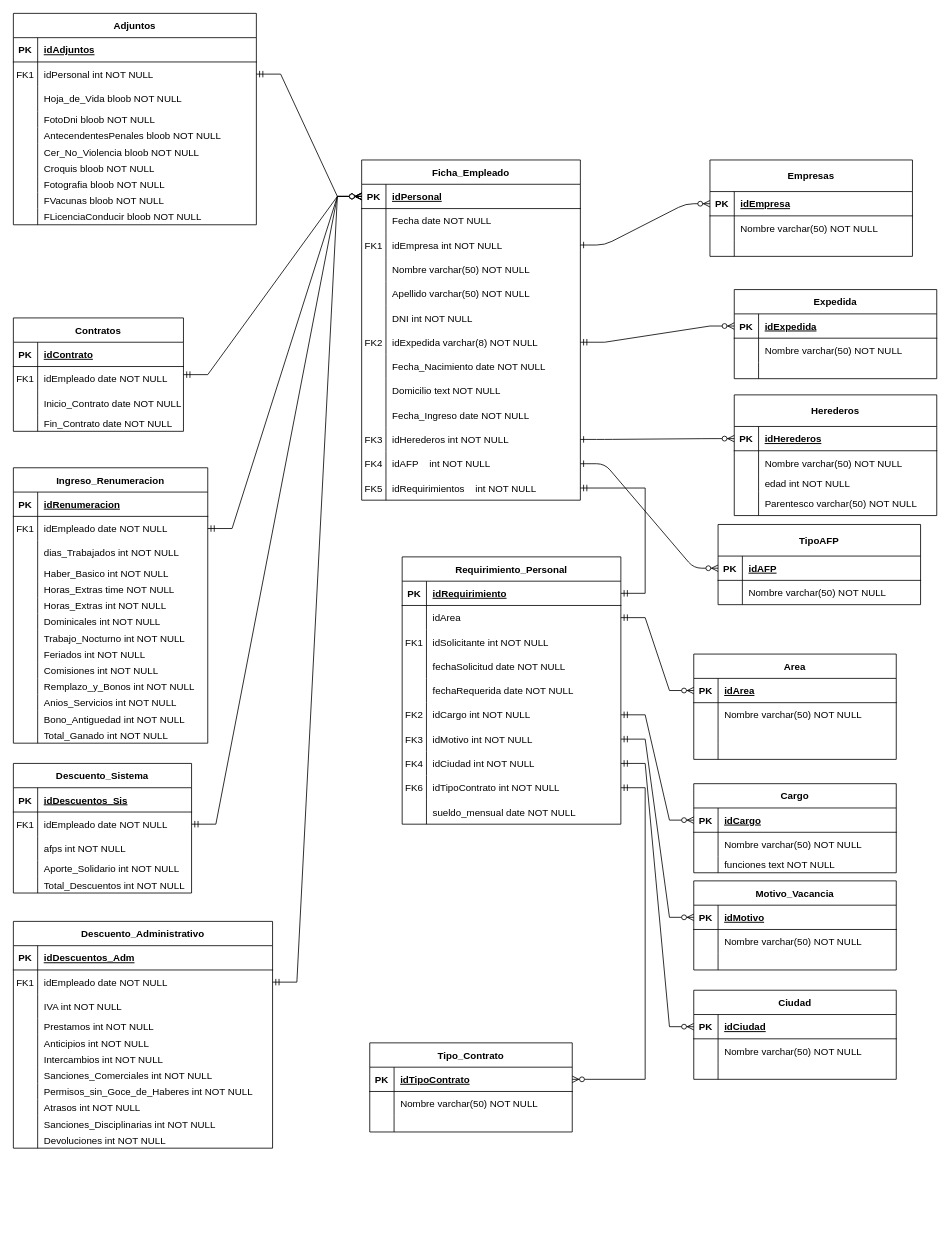
Earlier version of the draw.io diagram Diagrama sin título.drawio (tomyivan/diagramas-DB). Source tidied: cells renumbered, new cells numbered last; positions are measured from the earlier drawing's top-left corner, leaving out a move shared by most shapes. Both pictures are drawn from the tidied source at 81%, with x=0, y=0 at pixel (13, 13).
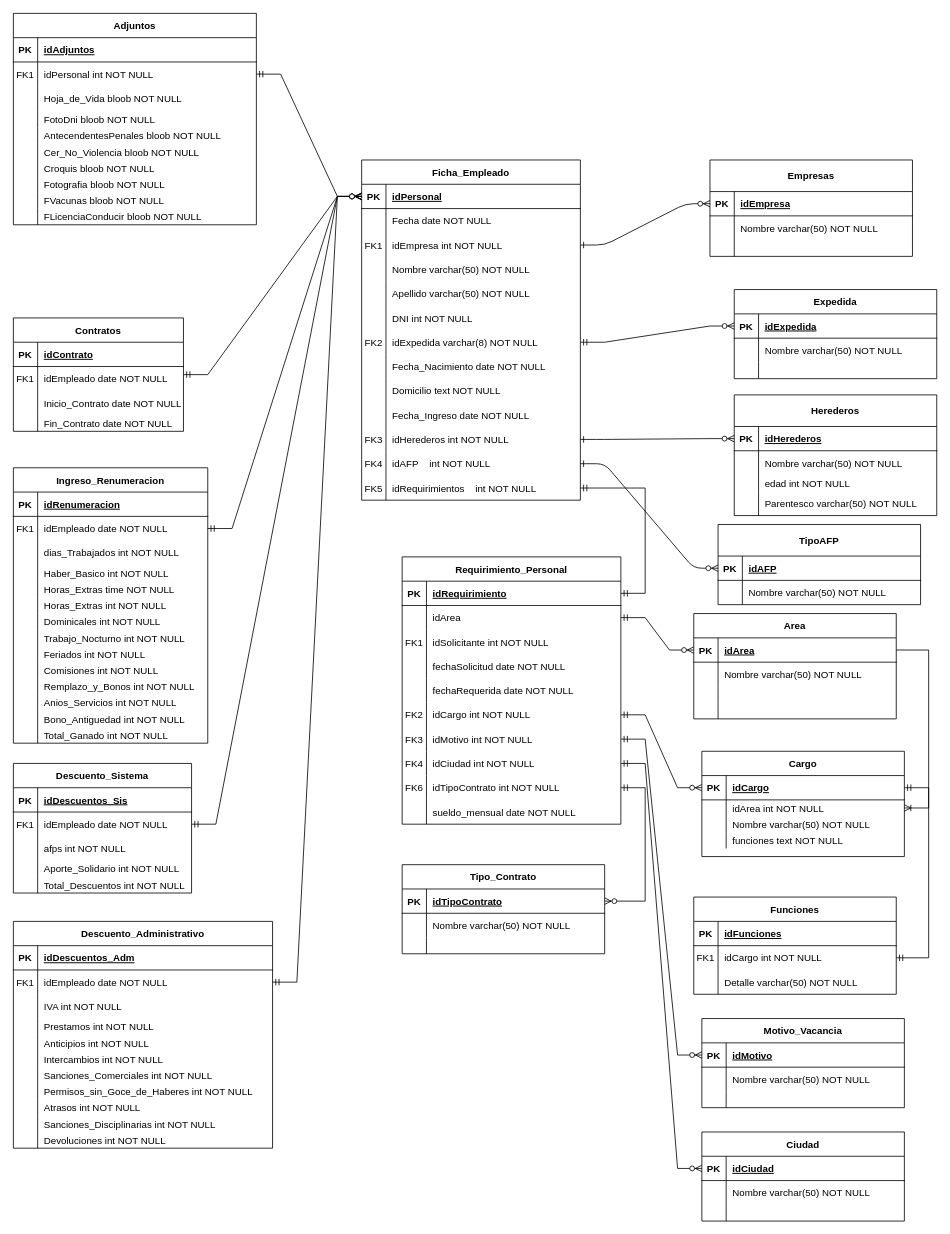
Above is the later version.

The change refers to these unchanged cells:
```xml
<mxCell id="64" style="shape=partialRectangle;fillColor=none;points=[[0,0.5],[1,0.5]];portConstraint=eastwest;top=0;left=0;right=0;bottom=1;" parent="63" vertex="1">
  <mxGeometry y="30" width="250" height="30" as="geometry" />
</mxCell>
<mxCell id="87" style="shape=partialRectangle;fillColor=none;points=[[0,0.5],[1,0.5]];portConstraint=eastwest;top=0;left=0;right=0;bottom=1;" parent="86" vertex="1">
  <mxGeometry y="30" width="250" height="30" as="geometry" />
</mxCell>
```

Change to the diagram source:
```diff
@@
     <mxCell id="53" value="Ciudad" style="shape=table;startSize=30;childLayout=tableLayout;rowLines=0;fontStyle=1;align=center;" parent="1" vertex="1">
-      <mxGeometry x="840" y="1206" width="250" height="110" as="geometry" />
+      <mxGeometry x="850" y="1381" width="250" height="110" as="geometry" />
     </mxCell>
@@
     <mxCell id="63" value="Area" style="shape=table;startSize=30;childLayout=tableLayout;rowLines=0;fontStyle=1;align=center;" parent="1" vertex="1">
-      <mxGeometry x="840" y="791" width="250" height="130" as="geometry" />
+      <mxGeometry x="840" y="741" width="250" height="130" as="geometry" />
     </mxCell>
@@
     <mxCell id="86" value="Cargo" style="shape=table;startSize=30;childLayout=tableLayout;rowLines=0;fontStyle=1;align=center;" parent="1" vertex="1">
-      <mxGeometry x="840" y="951" width="250" height="110" as="geometry" />
+      <mxGeometry x="850" y="911" width="250" height="130" as="geometry" />
     </mxCell>
@@
+    <mxCell id="318" style="shape=partialRectangle;fillColor=none;points=[[0,0.5],[1,0.5]];portConstraint=eastwest;top=0;left=0;right=0;bottom=0;" parent="86" vertex="1">
+      <mxGeometry y="60" width="250" height="20" as="geometry" />
+    </mxCell>
+    <mxCell id="319" style="shape=partialRectangle;overflow=hidden;fillColor=none;top=0;left=0;bottom=0;right=0;" parent="318" vertex="1">
+      <mxGeometry width="30" height="20" as="geometry" />
+    </mxCell>
+    <mxCell id="320" value="idArea int NOT NULL" style="shape=partialRectangle;overflow=hidden;fillColor=none;top=0;left=0;bottom=0;right=0;align=left;spacingLeft=6;" parent="318" vertex="1">
+      <mxGeometry x="30" width="220" height="20" as="geometry" />
+    </mxCell>
     <mxCell id="90" style="shape=partialRectangle;fillColor=none;top=0;left=0;right=0;bottom=0;" parent="86" vertex="1">
-      <mxGeometry y="60" width="250" height="30" as="geometry" />
+      <mxGeometry y="80" width="250" height="20" as="geometry" />
     </mxCell>
     <mxCell id="91" style="shape=partialRectangle;overflow=hidden;fillColor=none;top=0;left=0;bottom=0;right=0;" parent="90" vertex="1">
-      <mxGeometry width="30" height="30" as="geometry" />
+      <mxGeometry width="30" height="20" as="geometry" />
     </mxCell>
     <mxCell id="92" value="Nombre varchar(50) NOT NULL" style="shape=partialRectangle;overflow=hidden;fillColor=none;top=0;left=0;bottom=0;right=0;align=left;spacingLeft=6;" parent="90" vertex="1">
-      <mxGeometry x="30" width="220" height="30" as="geometry" />
+      <mxGeometry x="30" width="220" height="20" as="geometry" />
     </mxCell>
     <mxCell id="93" style="shape=partialRectangle;fillColor=none;top=0;left=0;right=0;bottom=0;" parent="86" vertex="1">
-      <mxGeometry y="90" width="250" height="20" as="geometry" />
+      <mxGeometry y="100" width="250" height="20" as="geometry" />
     </mxCell>
@@
     <mxCell id="100" value="Tipo_Contrato" style="shape=table;startSize=30;childLayout=tableLayout;rowLines=0;fontStyle=1;align=center;" parent="1" vertex="1">
-      <mxGeometry x="440" y="1271" width="250" height="110" as="geometry" />
+      <mxGeometry x="480" y="1051" width="250" height="110" as="geometry" />
     </mxCell>
@@
     <mxCell id="252" value="Motivo_Vacancia" style="shape=table;startSize=30;childLayout=tableLayout;rowLines=0;fontStyle=1;align=center;" parent="1" vertex="1">
-      <mxGeometry x="840" y="1071" width="250" height="110" as="geometry" />
+      <mxGeometry x="850" y="1241" width="250" height="110" as="geometry" />
     </mxCell>
@@
+    <mxCell id="321" value="Funciones" style="shape=table;startSize=30;childLayout=tableLayout;rowLines=0;fontStyle=1;align=center;" parent="1" vertex="1">
+      <mxGeometry x="840" y="1091" width="250" height="120" as="geometry" />
+    </mxCell>
+    <mxCell id="322" style="shape=partialRectangle;fillColor=none;top=0;left=0;right=0;bottom=1;" parent="321" vertex="1">
+      <mxGeometry y="30" width="250" height="30" as="geometry" />
+    </mxCell>
+    <mxCell id="323" value="PK" style="shape=partialRectangle;overflow=hidden;fillColor=none;top=0;left=0;bottom=0;right=0;fontStyle=1;" parent="322" vertex="1">
+      <mxGeometry width="30" height="30" as="geometry" />
+    </mxCell>
+    <mxCell id="324" value="idFunciones" style="shape=partialRectangle;overflow=hidden;fillColor=none;top=0;left=0;bottom=0;right=0;align=left;spacingLeft=6;fontStyle=5;" parent="322" vertex="1">
+      <mxGeometry x="30" width="220" height="30" as="geometry" />
+    </mxCell>
+    <mxCell id="325" style="shape=partialRectangle;fillColor=none;points=[[0,0.5],[1,0.5]];portConstraint=eastwest;top=0;left=0;right=0;bottom=0;" parent="321" vertex="1">
+      <mxGeometry y="60" width="250" height="30" as="geometry" />
+    </mxCell>
+    <mxCell id="326" value="FK1" style="shape=partialRectangle;overflow=hidden;fillColor=none;top=0;left=0;bottom=0;right=0;" parent="325" vertex="1">
+      <mxGeometry width="30" height="30" as="geometry" />
+    </mxCell>
+    <mxCell id="327" value="idCargo int NOT NULL" style="shape=partialRectangle;overflow=hidden;fillColor=none;top=0;left=0;bottom=0;right=0;align=left;spacingLeft=6;" parent="325" vertex="1">
+      <mxGeometry x="30" width="220" height="30" as="geometry" />
+    </mxCell>
+    <mxCell id="328" style="shape=partialRectangle;fillColor=none;top=0;left=0;right=0;bottom=0;" parent="321" vertex="1">
+      <mxGeometry y="90" width="250" height="30" as="geometry" />
+    </mxCell>
+    <mxCell id="329" style="shape=partialRectangle;overflow=hidden;fillColor=none;top=0;left=0;bottom=0;right=0;" parent="328" vertex="1">
+      <mxGeometry width="30" height="30" as="geometry" />
+    </mxCell>
+    <mxCell id="330" value="Detalle varchar(50) NOT NULL" style="shape=partialRectangle;overflow=hidden;fillColor=none;top=0;left=0;bottom=0;right=0;align=left;spacingLeft=6;" parent="328" vertex="1">
+      <mxGeometry x="30" width="220" height="30" as="geometry" />
+    </mxCell>
+    <mxCell id="331" style="edgeStyle=entityRelationEdgeStyle;fontSize=12;html=1;endArrow=ERmandOne;startArrow=ERmandOne;rounded=0;" parent="1" edge="1" source="325" target="87">
+      <mxGeometry relative="1" as="geometry" />
+    </mxCell>
@@
+    <mxCell id="332" style="edgeStyle=entityRelationEdgeStyle;fontSize=12;html=1;endArrow=ERoneToMany;rounded=0;exitX=1;exitY=0.5;exitDx=0;exitDy=0;" parent="1" edge="1" source="64" target="318">
+      <mxGeometry x="1" y="-180" relative="1" as="geometry">
+        <mxPoint x="150" y="-80" as="offset" />
+      </mxGeometry>
+    </mxCell>
```
